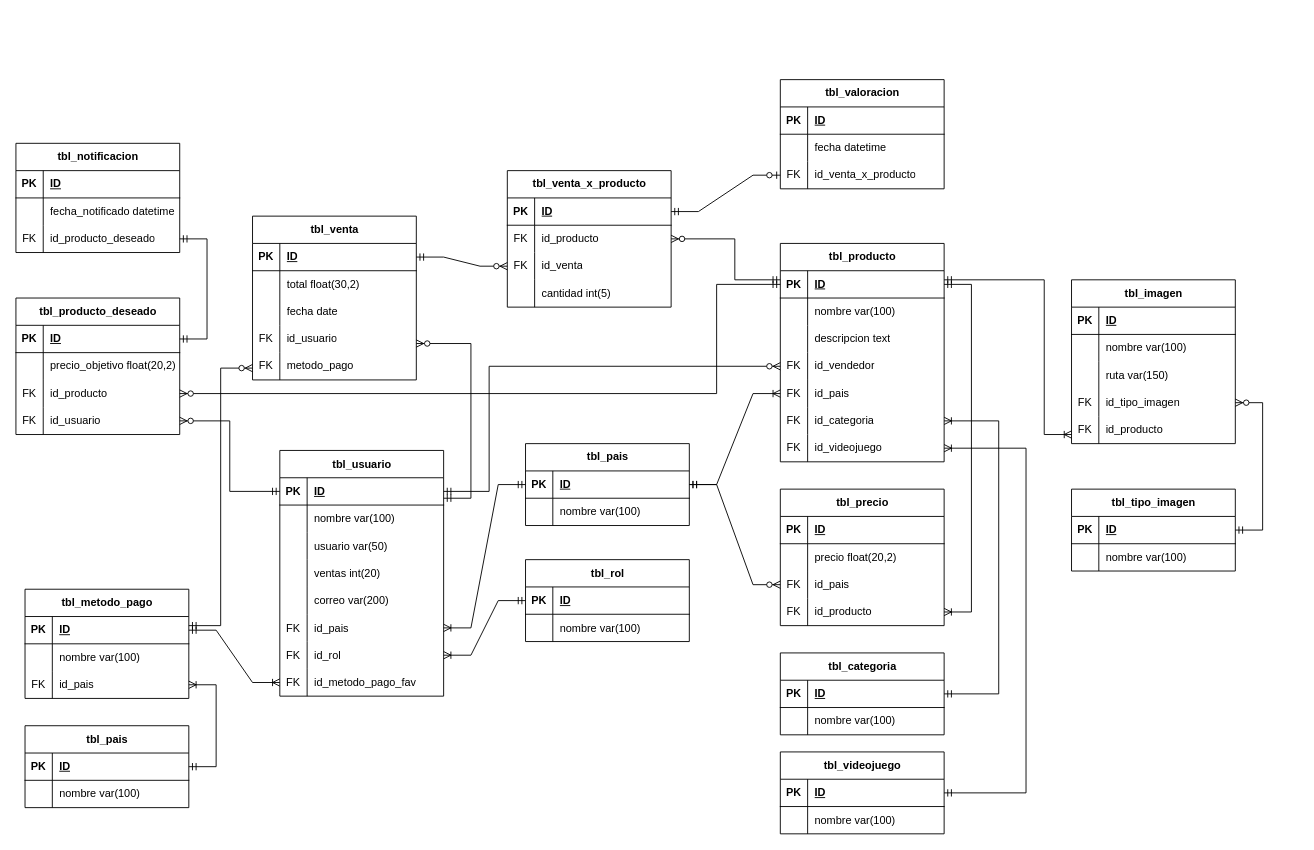
Earlier version of the draw.io diagram e-shop cuentas & videojuegos.drawio (jorge-ruizf/jshop). Source tidied: cells renumbered, new cells numbered last; positions are measured from the earlier drawing's top-left corner, leaving out a move shared by most shapes. Both pictures are drawn from the tidied source at 91%, with x=0, y=0 at pixel (15, 79).
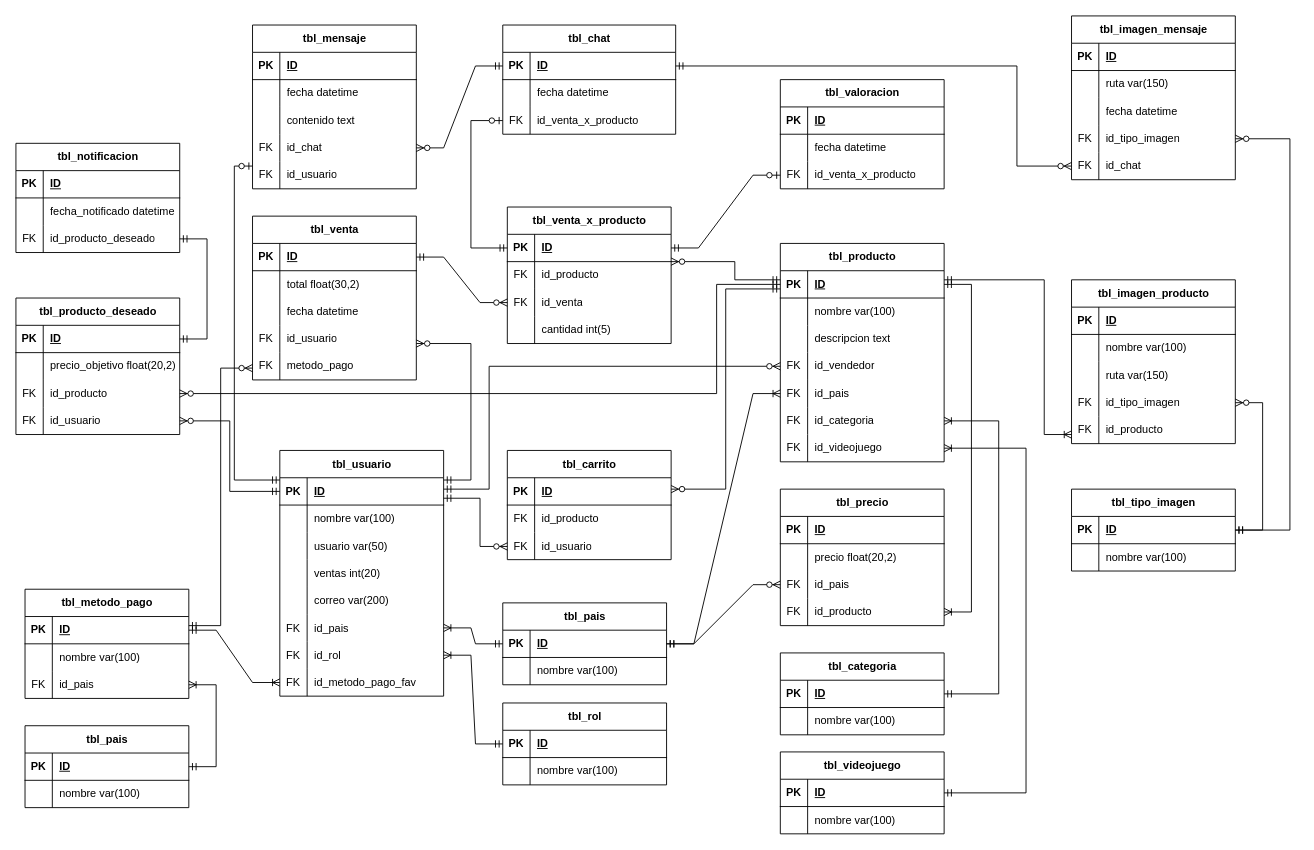
The same diagram, later.

The change refers to these unchanged cells:
```xml
<mxCell id="3" style="shape=tableRow;horizontal=0;startSize=0;swimlaneHead=0;swimlaneBody=0;fillColor=none;points=[[0,0.5],[1,0.5]];portConstraint=eastwest;top=0;left=0;right=0;bottom=1;" parent="2" vertex="1">
  <mxGeometry y="30" width="180" height="30" as="geometry" />
</mxCell>
<mxCell id="12" style="shape=tableRow;horizontal=0;startSize=0;swimlaneHead=0;swimlaneBody=0;fillColor=none;points=[[0,0.5],[1,0.5]];portConstraint=eastwest;top=0;left=0;right=0;bottom=0;" parent="2" vertex="1">
  <mxGeometry y="120" width="180" height="30" as="geometry" />
</mxCell>
<mxCell id="71" style="shape=tableRow;horizontal=0;startSize=0;swimlaneHead=0;swimlaneBody=0;fillColor=none;top=0;left=0;right=0;bottom=0;" parent="64" vertex="1">
  <mxGeometry y="90" width="180" height="30" as="geometry" />
</mxCell>
<mxCell id="74" style="shape=tableRow;horizontal=0;startSize=0;swimlaneHead=0;swimlaneBody=0;fillColor=none;points=[[0,0.5],[1,0.5]];portConstraint=eastwest;top=0;left=0;right=0;bottom=0;" parent="64" vertex="1">
  <mxGeometry y="120" width="180" height="30" as="geometry" />
</mxCell>
<mxCell id="81" style="shape=tableRow;horizontal=0;startSize=0;swimlaneHead=0;swimlaneBody=0;fillColor=none;points=[[0,0.5],[1,0.5]];portConstraint=eastwest;top=0;left=0;right=0;bottom=1;" parent="80" vertex="1">
  <mxGeometry y="30" width="180" height="30" as="geometry" />
</mxCell>
<mxCell id="84" style="shape=tableRow;horizontal=0;startSize=0;swimlaneHead=0;swimlaneBody=0;fillColor=none;points=[[0,0.5],[1,0.5]];portConstraint=eastwest;top=0;left=0;right=0;bottom=0;" parent="80" vertex="1">
  <mxGeometry y="60" width="180" height="30" as="geometry" />
</mxCell>
<mxCell id="94" style="shape=tableRow;horizontal=0;startSize=0;swimlaneHead=0;swimlaneBody=0;fillColor=none;points=[[0,0.5],[1,0.5]];portConstraint=eastwest;top=0;left=0;right=0;bottom=1;" parent="93" vertex="1">
  <mxGeometry y="30" width="180" height="30" as="geometry" />
</mxCell>
<mxCell id="119" style="shape=tableRow;horizontal=0;startSize=0;swimlaneHead=0;swimlaneBody=0;fillColor=none;points=[[0,0.5],[1,0.5]];portConstraint=eastwest;top=0;left=0;right=0;bottom=1;" parent="118" vertex="1">
  <mxGeometry y="30" width="180" height="30" as="geometry" />
</mxCell>
```

What changed in the source:
```diff
@@
     <mxCell id="24" value="tbl_pais" style="shape=table;startSize=30;childLayout=tableLayout;rowLines=0;fontStyle=1;align=center;html=1;" parent="1" vertex="1">
-      <mxGeometry x="560" y="400" width="180" height="90" as="geometry" />
+      <mxGeometry x="535" y="575" width="180" height="90" as="geometry" />
     </mxCell>
@@
-    <mxCell id="48" value="tbl_imagen" style="shape=table;startSize=30;childLayout=tableLayout;rowLines=0;fontStyle=1;align=center;html=1;" parent="1" vertex="1">
+    <mxCell id="48" value="tbl_imagen_producto" style="shape=table;startSize=30;childLayout=tableLayout;rowLines=0;fontStyle=1;align=center;html=1;" parent="1" vertex="1">
       <mxGeometry x="1160" y="220" width="180" height="180" as="geometry" />
     </mxCell>
@@
-    <mxCell id="73" value="fecha date" style="shape=partialRectangle;fillColor=none;top=0;left=0;bottom=0;right=0;align=left;spacingLeft=6;overflow=hidden;whiteSpace=wrap;html=1;" parent="71" vertex="1">
+    <mxCell id="73" value="fecha datetime" style="shape=partialRectangle;fillColor=none;top=0;left=0;bottom=0;right=0;align=left;spacingLeft=6;overflow=hidden;whiteSpace=wrap;html=1;" parent="71" vertex="1">
       <mxGeometry x="30" width="150" height="30" as="geometry" />
     </mxCell>
@@
     <mxCell id="80" value="tbl_venta_x_producto" style="shape=table;startSize=30;childLayout=tableLayout;rowLines=0;fontStyle=1;align=center;html=1;" parent="1" vertex="1">
-      <mxGeometry x="540" y="100" width="180" height="150" as="geometry" />
+      <mxGeometry x="540" y="140" width="180" height="150" as="geometry" />
     </mxCell>
@@
     <mxCell id="125" value="tbl_rol" style="shape=table;startSize=30;childLayout=tableLayout;rowLines=0;fontStyle=1;align=center;html=1;" parent="1" vertex="1">
-      <mxGeometry x="560" y="527.5" width="180" height="90" as="geometry" />
+      <mxGeometry x="535" y="685" width="180" height="90" as="geometry" />
     </mxCell>
@@
     <mxCell id="168" style="edgeStyle=orthogonalEdgeStyle;fontSize=12;html=1;endArrow=ERzeroToMany;startArrow=ERmandOne;rounded=0;strokeColor=light-dark(#000000,#FFFF66);" parent="1" edge="1" source="94" target="74">
       <mxGeometry relative="1" as="geometry">
         <Array as="points">
-          <mxPoint x="500" y="460" />
+          <mxPoint x="500" y="440" />
           <mxPoint x="500" y="290" />
         </Array>
       </mxGeometry>
     </mxCell>
@@
-    <mxCell id="171" style="edgeStyle=orthogonalEdgeStyle;fontSize=12;html=1;endArrow=ERzeroToMany;startArrow=ERmandOne;rounded=0;" parent="1" edge="1" source="3" target="84">
+    <mxCell id="171" style="edgeStyle=orthogonalEdgeStyle;fontSize=12;html=1;endArrow=ERzeroToMany;startArrow=ERmandOne;rounded=0;strokeColor=light-dark(#000000,#FF6666);" parent="1" edge="1" source="3" target="84">
       <mxGeometry relative="1" as="geometry">
         <Array as="points">
           <mxPoint x="790" y="220" />
-          <mxPoint x="790" y="175" />
+          <mxPoint x="790" y="200" />
         </Array>
       </mxGeometry>
     </mxCell>
     <mxCell id="172" style="edgeStyle=orthogonalEdgeStyle;fontSize=12;html=1;endArrow=ERzeroToMany;startArrow=ERmandOne;rounded=0;strokeColor=light-dark(#000000,#FF6666);" parent="1" edge="1" source="94" target="12">
       <mxGeometry relative="1" as="geometry">
         <Array as="points">
-          <mxPoint x="520" y="453" />
+          <mxPoint x="520" y="450" />
           <mxPoint x="520" y="315" />
         </Array>
       </mxGeometry>
     </mxCell>
@@
+    <mxCell id="212" value="tbl_chat" style="shape=table;startSize=30;childLayout=tableLayout;rowLines=0;fontStyle=1;align=center;html=1;" parent="1" vertex="1">
+      <mxGeometry x="535" y="-60" width="190" height="120" as="geometry" />
+    </mxCell>
+    <mxCell id="213" style="shape=tableRow;horizontal=0;startSize=0;swimlaneHead=0;swimlaneBody=0;fillColor=none;points=[[0,0.5],[1,0.5]];portConstraint=eastwest;top=0;left=0;right=0;bottom=1;" parent="212" vertex="1">
+      <mxGeometry y="30" width="190" height="30" as="geometry" />
+    </mxCell>
+    <mxCell id="214" value="PK" style="shape=partialRectangle;fillColor=none;top=0;left=0;bottom=0;right=0;fontStyle=1;overflow=hidden;whiteSpace=wrap;html=1;" parent="213" vertex="1">
+      <mxGeometry width="30" height="30" as="geometry" />
+    </mxCell>
+    <mxCell id="215" value="ID" style="shape=partialRectangle;fillColor=none;top=0;left=0;bottom=0;right=0;align=left;spacingLeft=6;fontStyle=5;overflow=hidden;whiteSpace=wrap;html=1;" parent="213" vertex="1">
+      <mxGeometry x="30" width="160" height="30" as="geometry" />
+    </mxCell>
+    <mxCell id="216" style="shape=tableRow;horizontal=0;startSize=0;swimlaneHead=0;swimlaneBody=0;fillColor=none;top=0;left=0;right=0;bottom=0;" parent="212" vertex="1">
+      <mxGeometry y="60" width="190" height="30" as="geometry" />
+    </mxCell>
+    <mxCell id="217" style="shape=partialRectangle;fillColor=none;top=0;left=0;bottom=0;right=0;overflow=hidden;whiteSpace=wrap;html=1;" parent="216" vertex="1">
+      <mxGeometry width="30" height="30" as="geometry" />
+    </mxCell>
+    <mxCell id="218" value="fecha datetime" style="shape=partialRectangle;fillColor=none;top=0;left=0;bottom=0;right=0;align=left;spacingLeft=6;overflow=hidden;whiteSpace=wrap;html=1;" parent="216" vertex="1">
+      <mxGeometry x="30" width="160" height="30" as="geometry" />
+    </mxCell>
+    <mxCell id="219" style="shape=tableRow;horizontal=0;startSize=0;swimlaneHead=0;swimlaneBody=0;fillColor=none;points=[[0,0.5],[1,0.5]];portConstraint=eastwest;top=0;left=0;right=0;bottom=0;" parent="212" vertex="1">
+      <mxGeometry y="90" width="190" height="30" as="geometry" />
+    </mxCell>
+    <mxCell id="220" value="FK" style="shape=partialRectangle;fillColor=none;top=0;left=0;bottom=0;right=0;overflow=hidden;whiteSpace=wrap;html=1;" parent="219" vertex="1">
+      <mxGeometry width="30" height="30" as="geometry" />
+    </mxCell>
+    <mxCell id="221" value="id_venta_x_producto" style="shape=partialRectangle;fillColor=none;top=0;left=0;bottom=0;right=0;align=left;spacingLeft=6;overflow=hidden;whiteSpace=wrap;html=1;" parent="219" vertex="1">
+      <mxGeometry x="30" width="160" height="30" as="geometry" />
+    </mxCell>
+    <mxCell id="222" style="edgeStyle=orthogonalEdgeStyle;fontSize=12;html=1;endArrow=ERzeroToOne;startArrow=ERmandOne;rounded=0;" parent="1" edge="1" source="81" target="219">
+      <mxGeometry relative="1" as="geometry">
+        <Array as="points">
+          <mxPoint x="500" y="185" />
+          <mxPoint x="500" y="45" />
+        </Array>
+      </mxGeometry>
+    </mxCell>
+    <mxCell id="223" value="tbl_mensaje" style="shape=table;startSize=30;childLayout=tableLayout;rowLines=0;fontStyle=1;align=center;html=1;" parent="1" vertex="1">
+      <mxGeometry x="260" y="-60" width="180" height="180" as="geometry" />
+    </mxCell>
+    <mxCell id="224" style="shape=tableRow;horizontal=0;startSize=0;swimlaneHead=0;swimlaneBody=0;fillColor=none;top=0;left=0;right=0;bottom=1;" parent="223" vertex="1">
+      <mxGeometry y="30" width="180" height="30" as="geometry" />
+    </mxCell>
+    <mxCell id="225" value="PK" style="shape=partialRectangle;fillColor=none;top=0;left=0;bottom=0;right=0;fontStyle=1;overflow=hidden;whiteSpace=wrap;html=1;" parent="224" vertex="1">
+      <mxGeometry width="30" height="30" as="geometry" />
+    </mxCell>
+    <mxCell id="226" value="ID" style="shape=partialRectangle;fillColor=none;top=0;left=0;bottom=0;right=0;align=left;spacingLeft=6;fontStyle=5;overflow=hidden;whiteSpace=wrap;html=1;" parent="224" vertex="1">
+      <mxGeometry x="30" width="150" height="30" as="geometry" />
+    </mxCell>
+    <mxCell id="227" style="shape=tableRow;horizontal=0;startSize=0;swimlaneHead=0;swimlaneBody=0;fillColor=none;top=0;left=0;right=0;bottom=0;" parent="223" vertex="1">
+      <mxGeometry y="60" width="180" height="30" as="geometry" />
+    </mxCell>
+    <mxCell id="228" style="shape=partialRectangle;fillColor=none;top=0;left=0;bottom=0;right=0;overflow=hidden;whiteSpace=wrap;html=1;" parent="227" vertex="1">
+      <mxGeometry width="30" height="30" as="geometry" />
+    </mxCell>
+    <mxCell id="229" value="fecha datetime" style="shape=partialRectangle;fillColor=none;top=0;left=0;bottom=0;right=0;align=left;spacingLeft=6;overflow=hidden;whiteSpace=wrap;html=1;" parent="227" vertex="1">
+      <mxGeometry x="30" width="150" height="30" as="geometry" />
+    </mxCell>
+    <mxCell id="230" style="shape=tableRow;horizontal=0;startSize=0;swimlaneHead=0;swimlaneBody=0;fillColor=none;top=0;left=0;right=0;bottom=0;" parent="223" vertex="1">
+      <mxGeometry y="90" width="180" height="30" as="geometry" />
+    </mxCell>
+    <mxCell id="231" style="shape=partialRectangle;fillColor=none;top=0;left=0;bottom=0;right=0;overflow=hidden;whiteSpace=wrap;html=1;" parent="230" vertex="1">
+      <mxGeometry width="30" height="30" as="geometry" />
+    </mxCell>
+    <mxCell id="232" value="contenido text" style="shape=partialRectangle;fillColor=none;top=0;left=0;bottom=0;right=0;align=left;spacingLeft=6;overflow=hidden;whiteSpace=wrap;html=1;" parent="230" vertex="1">
+      <mxGeometry x="30" width="150" height="30" as="geometry" />
+    </mxCell>
+    <mxCell id="233" style="shape=tableRow;horizontal=0;startSize=0;swimlaneHead=0;swimlaneBody=0;fillColor=none;points=[[0,0.5],[1,0.5]];portConstraint=eastwest;top=0;left=0;right=0;bottom=0;" parent="223" vertex="1">
+      <mxGeometry y="120" width="180" height="30" as="geometry" />
+    </mxCell>
+    <mxCell id="234" value="FK" style="shape=partialRectangle;fillColor=none;top=0;left=0;bottom=0;right=0;overflow=hidden;whiteSpace=wrap;html=1;" parent="233" vertex="1">
+      <mxGeometry width="30" height="30" as="geometry" />
+    </mxCell>
+    <mxCell id="235" value="id_chat" style="shape=partialRectangle;fillColor=none;top=0;left=0;bottom=0;right=0;align=left;spacingLeft=6;overflow=hidden;whiteSpace=wrap;html=1;" parent="233" vertex="1">
+      <mxGeometry x="30" width="150" height="30" as="geometry" />
+    </mxCell>
+    <mxCell id="236" style="shape=tableRow;horizontal=0;startSize=0;swimlaneHead=0;swimlaneBody=0;fillColor=none;points=[[0,0.5],[1,0.5]];portConstraint=eastwest;top=0;left=0;right=0;bottom=0;" parent="223" vertex="1">
+      <mxGeometry y="150" width="180" height="30" as="geometry" />
+    </mxCell>
+    <mxCell id="237" value="FK" style="shape=partialRectangle;fillColor=none;top=0;left=0;bottom=0;right=0;overflow=hidden;whiteSpace=wrap;html=1;" parent="236" vertex="1">
+      <mxGeometry width="30" height="30" as="geometry" />
+    </mxCell>
+    <mxCell id="238" value="id_usuario" style="shape=partialRectangle;fillColor=none;top=0;left=0;bottom=0;right=0;align=left;spacingLeft=6;overflow=hidden;whiteSpace=wrap;html=1;" parent="236" vertex="1">
+      <mxGeometry x="30" width="150" height="30" as="geometry" />
+    </mxCell>
+    <mxCell id="239" style="edgeStyle=entityRelationEdgeStyle;fontSize=12;html=1;endArrow=ERzeroToMany;startArrow=ERmandOne;rounded=0;" parent="1" edge="1" source="213" target="233">
+      <mxGeometry relative="1" as="geometry" />
+    </mxCell>
+    <mxCell id="240" style="edgeStyle=orthogonalEdgeStyle;fontSize=12;html=1;endArrow=ERzeroToOne;startArrow=ERmandOne;rounded=0;strokeColor=light-dark(#000000,#67AB9F);" parent="1" edge="1" source="94" target="236">
+      <mxGeometry relative="1" as="geometry">
+        <Array as="points">
+          <mxPoint x="240" y="440" />
+          <mxPoint x="240" y="95" />
+        </Array>
+      </mxGeometry>
+    </mxCell>
+    <mxCell id="241" value="tbl_imagen_mensaje" style="shape=table;startSize=30;childLayout=tableLayout;rowLines=0;fontStyle=1;align=center;html=1;" parent="1" vertex="1">
+      <mxGeometry x="1160" y="-70" width="180" height="180" as="geometry" />
+    </mxCell>
+    <mxCell id="242" style="shape=tableRow;horizontal=0;startSize=0;swimlaneHead=0;swimlaneBody=0;fillColor=none;top=0;left=0;right=0;bottom=1;" parent="241" vertex="1">
+      <mxGeometry y="30" width="180" height="30" as="geometry" />
+    </mxCell>
+    <mxCell id="243" value="PK" style="shape=partialRectangle;fillColor=none;top=0;left=0;bottom=0;right=0;fontStyle=1;overflow=hidden;whiteSpace=wrap;html=1;" parent="242" vertex="1">
+      <mxGeometry width="30" height="30" as="geometry" />
+    </mxCell>
+    <mxCell id="244" value="ID" style="shape=partialRectangle;fillColor=none;top=0;left=0;bottom=0;right=0;align=left;spacingLeft=6;fontStyle=5;overflow=hidden;whiteSpace=wrap;html=1;" parent="242" vertex="1">
+      <mxGeometry x="30" width="150" height="30" as="geometry" />
+    </mxCell>
+    <mxCell id="245" style="shape=tableRow;horizontal=0;startSize=0;swimlaneHead=0;swimlaneBody=0;fillColor=none;top=0;left=0;right=0;bottom=0;" parent="241" vertex="1">
+      <mxGeometry y="60" width="180" height="30" as="geometry" />
+    </mxCell>
+    <mxCell id="246" style="shape=partialRectangle;fillColor=none;top=0;left=0;bottom=0;right=0;overflow=hidden;whiteSpace=wrap;html=1;" parent="245" vertex="1">
+      <mxGeometry width="30" height="30" as="geometry" />
+    </mxCell>
+    <mxCell id="247" value="ruta var(150)" style="shape=partialRectangle;fillColor=none;top=0;left=0;bottom=0;right=0;align=left;spacingLeft=6;overflow=hidden;whiteSpace=wrap;html=1;" parent="245" vertex="1">
+      <mxGeometry x="30" width="150" height="30" as="geometry" />
+    </mxCell>
+    <mxCell id="248" style="shape=tableRow;horizontal=0;startSize=0;swimlaneHead=0;swimlaneBody=0;fillColor=none;top=0;left=0;right=0;bottom=0;" parent="241" vertex="1">
+      <mxGeometry y="90" width="180" height="30" as="geometry" />
+    </mxCell>
+    <mxCell id="249" style="shape=partialRectangle;fillColor=none;top=0;left=0;bottom=0;right=0;overflow=hidden;whiteSpace=wrap;html=1;" parent="248" vertex="1">
+      <mxGeometry width="30" height="30" as="geometry" />
+    </mxCell>
+    <mxCell id="250" value="fecha datetime" style="shape=partialRectangle;fillColor=none;top=0;left=0;bottom=0;right=0;align=left;spacingLeft=6;overflow=hidden;whiteSpace=wrap;html=1;" parent="248" vertex="1">
+      <mxGeometry x="30" width="150" height="30" as="geometry" />
+    </mxCell>
+    <mxCell id="251" style="shape=tableRow;horizontal=0;startSize=0;swimlaneHead=0;swimlaneBody=0;fillColor=none;points=[[0,0.5],[1,0.5]];portConstraint=eastwest;top=0;left=0;right=0;bottom=0;" parent="241" vertex="1">
+      <mxGeometry y="120" width="180" height="30" as="geometry" />
+    </mxCell>
+    <mxCell id="252" value="FK" style="shape=partialRectangle;fillColor=none;top=0;left=0;bottom=0;right=0;overflow=hidden;whiteSpace=wrap;html=1;" parent="251" vertex="1">
+      <mxGeometry width="30" height="30" as="geometry" />
+    </mxCell>
+    <mxCell id="253" value="id_tipo_imagen" style="shape=partialRectangle;fillColor=none;top=0;left=0;bottom=0;right=0;align=left;spacingLeft=6;overflow=hidden;whiteSpace=wrap;html=1;" parent="251" vertex="1">
+      <mxGeometry x="30" width="150" height="30" as="geometry" />
+    </mxCell>
+    <mxCell id="254" style="shape=tableRow;horizontal=0;startSize=0;swimlaneHead=0;swimlaneBody=0;fillColor=none;points=[[0,0.5],[1,0.5]];portConstraint=eastwest;top=0;left=0;right=0;bottom=0;" parent="241" vertex="1">
+      <mxGeometry y="150" width="180" height="30" as="geometry" />
+    </mxCell>
+    <mxCell id="255" value="FK" style="shape=partialRectangle;fillColor=none;top=0;left=0;bottom=0;right=0;overflow=hidden;whiteSpace=wrap;html=1;" parent="254" vertex="1">
+      <mxGeometry width="30" height="30" as="geometry" />
+    </mxCell>
+    <mxCell id="256" value="id_chat" style="shape=partialRectangle;fillColor=none;top=0;left=0;bottom=0;right=0;align=left;spacingLeft=6;overflow=hidden;whiteSpace=wrap;html=1;" parent="254" vertex="1">
+      <mxGeometry x="30" width="150" height="30" as="geometry" />
+    </mxCell>
+    <mxCell id="257" style="edgeStyle=orthogonalEdgeStyle;fontSize=12;html=1;endArrow=ERzeroToMany;startArrow=ERmandOne;rounded=0;" parent="1" edge="1" source="119" target="251">
+      <mxGeometry relative="1" as="geometry">
+        <Array as="points">
+          <mxPoint x="1400" y="495" />
+          <mxPoint x="1400" y="65" />
+        </Array>
+      </mxGeometry>
+    </mxCell>
+    <mxCell id="258" style="edgeStyle=orthogonalEdgeStyle;fontSize=12;html=1;endArrow=ERzeroToMany;startArrow=ERmandOne;rounded=0;" parent="1" edge="1" source="213" target="254">
+      <mxGeometry relative="1" as="geometry">
+        <Array as="points">
+          <mxPoint x="1100" y="-15" />
+          <mxPoint x="1100" y="95" />
+        </Array>
+      </mxGeometry>
+    </mxCell>
+    <mxCell id="259" value="tbl_carrito" style="shape=table;startSize=30;childLayout=tableLayout;rowLines=0;fontStyle=1;align=center;html=1;" parent="1" vertex="1">
+      <mxGeometry x="540" y="407.5" width="180" height="120" as="geometry" />
+    </mxCell>
+    <mxCell id="260" style="shape=tableRow;horizontal=0;startSize=0;swimlaneHead=0;swimlaneBody=0;fillColor=none;points=[[0,0.5],[1,0.5]];portConstraint=eastwest;top=0;left=0;right=0;bottom=1;" parent="259" vertex="1">
+      <mxGeometry y="30" width="180" height="30" as="geometry" />
+    </mxCell>
+    <mxCell id="261" value="PK" style="shape=partialRectangle;fillColor=none;top=0;left=0;bottom=0;right=0;fontStyle=1;overflow=hidden;whiteSpace=wrap;html=1;" parent="260" vertex="1">
+      <mxGeometry width="30" height="30" as="geometry" />
+    </mxCell>
+    <mxCell id="262" value="ID" style="shape=partialRectangle;fillColor=none;top=0;left=0;bottom=0;right=0;align=left;spacingLeft=6;fontStyle=5;overflow=hidden;whiteSpace=wrap;html=1;" parent="260" vertex="1">
+      <mxGeometry x="30" width="150" height="30" as="geometry" />
+    </mxCell>
+    <mxCell id="263" style="shape=tableRow;horizontal=0;startSize=0;swimlaneHead=0;swimlaneBody=0;fillColor=none;top=0;left=0;right=0;bottom=0;" parent="259" vertex="1">
+      <mxGeometry y="60" width="180" height="30" as="geometry" />
+    </mxCell>
+    <mxCell id="264" value="FK" style="shape=partialRectangle;fillColor=none;top=0;left=0;bottom=0;right=0;overflow=hidden;whiteSpace=wrap;html=1;" parent="263" vertex="1">
+      <mxGeometry width="30" height="30" as="geometry" />
+    </mxCell>
+    <mxCell id="265" value="id_producto" style="shape=partialRectangle;fillColor=none;top=0;left=0;bottom=0;right=0;align=left;spacingLeft=6;overflow=hidden;whiteSpace=wrap;html=1;" parent="263" vertex="1">
+      <mxGeometry x="30" width="150" height="30" as="geometry" />
+    </mxCell>
+    <mxCell id="266" style="shape=tableRow;horizontal=0;startSize=0;swimlaneHead=0;swimlaneBody=0;fillColor=none;points=[[0,0.5],[1,0.5]];portConstraint=eastwest;top=0;left=0;right=0;bottom=0;" parent="259" vertex="1">
+      <mxGeometry y="90" width="180" height="30" as="geometry" />
+    </mxCell>
+    <mxCell id="267" value="FK" style="shape=partialRectangle;fillColor=none;top=0;left=0;bottom=0;right=0;overflow=hidden;whiteSpace=wrap;html=1;" parent="266" vertex="1">
+      <mxGeometry width="30" height="30" as="geometry" />
+    </mxCell>
+    <mxCell id="268" value="id_usuario" style="shape=partialRectangle;fillColor=none;top=0;left=0;bottom=0;right=0;align=left;spacingLeft=6;overflow=hidden;whiteSpace=wrap;html=1;" parent="266" vertex="1">
+      <mxGeometry x="30" width="150" height="30" as="geometry" />
+    </mxCell>
+    <mxCell id="269" style="edgeStyle=orthogonalEdgeStyle;fontSize=12;html=1;endArrow=ERzeroToMany;startArrow=ERmandOne;rounded=0;strokeColor=light-dark(#000000,#FFD966);" parent="1" edge="1" source="3" target="260">
+      <mxGeometry relative="1" as="geometry">
+        <Array as="points">
+          <mxPoint x="780" y="230" />
+          <mxPoint x="780" y="450" />
+        </Array>
+      </mxGeometry>
+    </mxCell>
+    <mxCell id="270" style="edgeStyle=orthogonalEdgeStyle;fontSize=12;html=1;endArrow=ERzeroToMany;startArrow=ERmandOne;rounded=0;" parent="1" edge="1" source="94" target="266">
+      <mxGeometry relative="1" as="geometry">
+        <Array as="points">
+          <mxPoint x="510" y="460" />
+          <mxPoint x="510" y="513" />
+        </Array>
+      </mxGeometry>
+    </mxCell>
```
